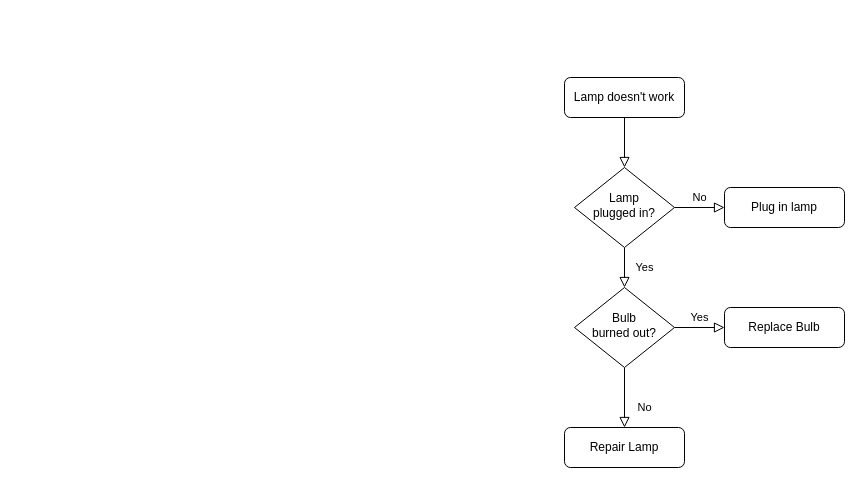
Before: algorytm-euklidesa/euklides.drawio in MaxGitHub0515/College-labs, a draw.io diagram. Source tidied: cells renumbered, new cells numbered last; positions are measured from the earlier drawing's top-left corner, leaving out a move shared by most shapes. Both pictures are drawn from the tidied source at 100%, with x=0, y=0 at pixel (564, 77).
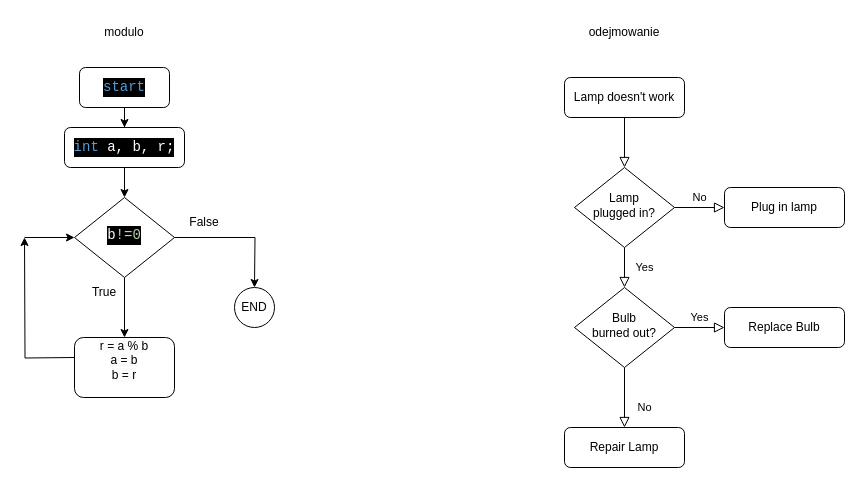
The same page after the edit.

Unchanged cells that the change refers to:
```xml
<mxCell id="6" value="Lamp&lt;br&gt;plugged in?" style="rhombus;whiteSpace=wrap;html=1;shadow=0;fontFamily=Helvetica;fontSize=12;align=center;strokeWidth=1;spacing=6;spacingTop=-4;" parent="1" vertex="1">
  <mxGeometry x="10" y="90" width="100" height="80" as="geometry" />
</mxCell>
```

What changed in the source:
```diff
@@
-    <mxCell id="2" style="rounded=0;html=1;jettySize=auto;fontSize=11;endArrow=block;endFill=0;endSize=8;strokeWidth=1;shadow=0;labelBackgroundColor=none;edgeStyle=orthogonalEdgeStyle;" parent="1" edge="1" source="3" target="6">
-      <mxGeometry relative="1" as="geometry" />
-    </mxCell>
+    <mxCell id="13" style="edgeStyle=orthogonalEdgeStyle;rounded=0;jettySize=auto;html=1;entryX=0.5;entryY=0;entryDx=0;entryDy=0;" parent="1" edge="1" source="3" target="24">
+      <mxGeometry relative="1" as="geometry" />
+    </mxCell>
-    <mxCell id="3" value="Lamp doesn't work" style="rounded=1;whiteSpace=wrap;html=1;fontSize=12;glass=0;strokeWidth=1;shadow=0;" parent="1" vertex="1">
-      <mxGeometry width="120" height="40" as="geometry" />
+    <mxCell id="3" value="&lt;div style=&quot;color: rgb(255, 255, 255); background-color: rgb(0, 0, 0); font-family: Consolas, &amp;quot;Courier New&amp;quot;, monospace; font-size: 14px; line-height: 19px; white-space: pre;&quot;&gt;&lt;span style=&quot;color: #569cd6;&quot;&gt;int&lt;/span&gt; a, b, r;&lt;/div&gt;" style="rounded=1;whiteSpace=wrap;html=1;fontSize=12;glass=0;strokeWidth=1;shadow=0;" parent="1" vertex="1">
+      <mxGeometry x="-500" y="50" width="120" height="40" as="geometry" />
     </mxCell>
+    <mxCell id="14" style="edgeStyle=orthogonalEdgeStyle;rounded=0;orthogonalLoop=1;jettySize=auto;html=1;" parent="1" edge="1">
+      <mxGeometry relative="1" as="geometry">
+        <mxPoint x="-490" y="280" as="sourcePoint" />
+        <mxPoint x="-540" y="160" as="targetPoint" />
+      </mxGeometry>
+    </mxCell>
+    <mxCell id="15" style="rounded=0;html=1;jettySize=auto;fontSize=11;endArrow=block;endFill=0;endSize=8;strokeWidth=1;shadow=0;labelBackgroundColor=none;edgeStyle=orthogonalEdgeStyle;" parent="1" edge="1" source="16" target="6">
+      <mxGeometry relative="1" as="geometry" />
+    </mxCell>
+    <mxCell id="16" value="Lamp doesn't work" style="rounded=1;whiteSpace=wrap;html=1;fontSize=12;glass=0;strokeWidth=1;shadow=0;" parent="1" vertex="1">
+      <mxGeometry width="120" height="40" as="geometry" />
+    </mxCell>
@@
+    <mxCell id="17" value="modulo" style="text;strokeColor=none;align=center;fillColor=none;html=1;verticalAlign=middle;whiteSpace=wrap;rounded=0;" parent="1" vertex="1">
+      <mxGeometry x="-470" y="-60" width="60" height="30" as="geometry" />
+    </mxCell>
+    <mxCell id="18" value="odejmowanie" style="text;strokeColor=none;align=center;fillColor=none;html=1;verticalAlign=middle;whiteSpace=wrap;rounded=0;" parent="1" vertex="1">
+      <mxGeometry x="30" y="-60" width="60" height="30" as="geometry" />
+    </mxCell>
+    <mxCell id="19" style="edgeStyle=orthogonalEdgeStyle;rounded=0;jettySize=auto;html=1;entryX=0.5;entryY=0;entryDx=0;entryDy=0;" parent="1" edge="1" source="20" target="3">
+      <mxGeometry relative="1" as="geometry" />
+    </mxCell>
+    <mxCell id="20" value="&lt;div style=&quot;background-color: rgb(0, 0, 0); font-family: Consolas, &amp;quot;Courier New&amp;quot;, monospace; font-size: 14px; line-height: 19px; white-space: pre;&quot;&gt;&lt;font color=&quot;#569cd6&quot;&gt;start&lt;/font&gt;&lt;/div&gt;" style="rounded=1;whiteSpace=wrap;html=1;fontSize=12;glass=0;strokeWidth=1;shadow=0;" parent="1" vertex="1">
+      <mxGeometry x="-485" y="-10" width="90" height="40" as="geometry" />
+    </mxCell>
+    <mxCell id="21" style="edgeStyle=orthogonalEdgeStyle;rounded=0;jettySize=auto;html=1;" parent="1" edge="1" source="24">
+      <mxGeometry relative="1" as="geometry">
+        <mxPoint x="-310" y="210" as="targetPoint" />
+      </mxGeometry>
+    </mxCell>
+    <mxCell id="22" style="edgeStyle=orthogonalEdgeStyle;rounded=0;jettySize=auto;html=1;entryX=0.5;entryY=0;entryDx=0;entryDy=0;" parent="1" edge="1" source="24" target="28">
+      <mxGeometry relative="1" as="geometry" />
+    </mxCell>
+    <mxCell id="23" style="edgeStyle=orthogonalEdgeStyle;rounded=0;orthogonalLoop=1;jettySize=auto;html=1;" parent="1" edge="1">
+      <mxGeometry relative="1" as="geometry">
+        <mxPoint x="-540" y="160" as="sourcePoint" />
+        <mxPoint x="-490" y="160" as="targetPoint" />
+      </mxGeometry>
+    </mxCell>
+    <mxCell id="24" value="&lt;div style=&quot;color: rgb(255, 255, 255); background-color: rgb(0, 0, 0); font-family: Consolas, &amp;quot;Courier New&amp;quot;, monospace; font-size: 14px; line-height: 19px; white-space: pre;&quot;&gt;b&lt;span style=&quot;color: #d4d4d4;&quot;&gt;!=&lt;/span&gt;&lt;span style=&quot;color: #b5cea8;&quot;&gt;0&lt;/span&gt;&lt;/div&gt;" style="rhombus;whiteSpace=wrap;html=1;shadow=0;fontFamily=Helvetica;fontSize=12;align=center;strokeWidth=1;spacing=6;spacingTop=-4;" parent="1" vertex="1">
+      <mxGeometry x="-490" y="120" width="100" height="80" as="geometry" />
+    </mxCell>
+    <mxCell id="25" value="False" style="text;strokeColor=none;align=center;fillColor=none;html=1;verticalAlign=middle;whiteSpace=wrap;rounded=0;" parent="1" vertex="1">
+      <mxGeometry x="-390" y="130" width="60" height="30" as="geometry" />
+    </mxCell>
+    <mxCell id="26" value="True" style="text;strokeColor=none;align=center;fillColor=none;html=1;verticalAlign=middle;whiteSpace=wrap;rounded=0;" parent="1" vertex="1">
+      <mxGeometry x="-490" y="200" width="60" height="30" as="geometry" />
+    </mxCell>
+    <mxCell id="27" value="END" style="ellipse;whiteSpace=wrap;html=1;" parent="1" vertex="1">
+      <mxGeometry x="-330" y="210" width="40" height="40" as="geometry" />
+    </mxCell>
+    <mxCell id="28" value="&#10;&lt;span style=&quot;color: rgb(0, 0, 0); font-family: Helvetica; font-size: 12px; font-style: normal; font-variant-ligatures: normal; font-variant-caps: normal; font-weight: 400; letter-spacing: normal; orphans: 2; text-align: center; text-indent: 0px; text-transform: none; widows: 2; word-spacing: 0px; -webkit-text-stroke-width: 0px; white-space: normal; background-color: rgb(251, 251, 251); text-decoration-thickness: initial; text-decoration-style: initial; text-decoration-color: initial; display: inline !important; float: none;&quot;&gt;r = a % b&lt;/span&gt;&lt;br style=&quot;forced-color-adjust: none; color: rgb(0, 0, 0); font-family: Helvetica; font-size: 12px; font-style: normal; font-variant-ligatures: normal; font-variant-caps: normal; font-weight: 400; letter-spacing: normal; orphans: 2; text-align: center; text-indent: 0px; text-transform: none; widows: 2; word-spacing: 0px; -webkit-text-stroke-width: 0px; white-space: normal; background-color: rgb(251, 251, 251); text-decoration-thickness: initial; text-decoration-style: initial; text-decoration-color: initial;&quot;&gt;&lt;span style=&quot;color: rgb(0, 0, 0); font-family: Helvetica; font-size: 12px; font-style: normal; font-variant-ligatures: normal; font-variant-caps: normal; font-weight: 400; letter-spacing: normal; orphans: 2; text-align: center; text-indent: 0px; text-transform: none; widows: 2; word-spacing: 0px; -webkit-text-stroke-width: 0px; white-space: normal; background-color: rgb(251, 251, 251); text-decoration-thickness: initial; text-decoration-style: initial; text-decoration-color: initial; display: inline !important; float: none;&quot;&gt;a = b&lt;/span&gt;&lt;br style=&quot;forced-color-adjust: none; color: rgb(0, 0, 0); font-family: Helvetica; font-size: 12px; font-style: normal; font-variant-ligatures: normal; font-variant-caps: normal; font-weight: 400; letter-spacing: normal; orphans: 2; text-align: center; text-indent: 0px; text-transform: none; widows: 2; word-spacing: 0px; -webkit-text-stroke-width: 0px; white-space: normal; background-color: rgb(251, 251, 251); text-decoration-thickness: initial; text-decoration-style: initial; text-decoration-color: initial;&quot;&gt;&lt;span style=&quot;color: rgb(0, 0, 0); font-family: Helvetica; font-size: 12px; font-style: normal; font-variant-ligatures: normal; font-variant-caps: normal; font-weight: 400; letter-spacing: normal; orphans: 2; text-align: center; text-indent: 0px; text-transform: none; widows: 2; word-spacing: 0px; -webkit-text-stroke-width: 0px; white-space: normal; background-color: rgb(251, 251, 251); text-decoration-thickness: initial; text-decoration-style: initial; text-decoration-color: initial; display: inline !important; float: none;&quot;&gt;b = r&lt;/span&gt;&#10;&#10;" style="rounded=1;whiteSpace=wrap;html=1;" parent="1" vertex="1">
+      <mxGeometry x="-490" y="260" width="100" height="60" as="geometry" />
+    </mxCell>
```
